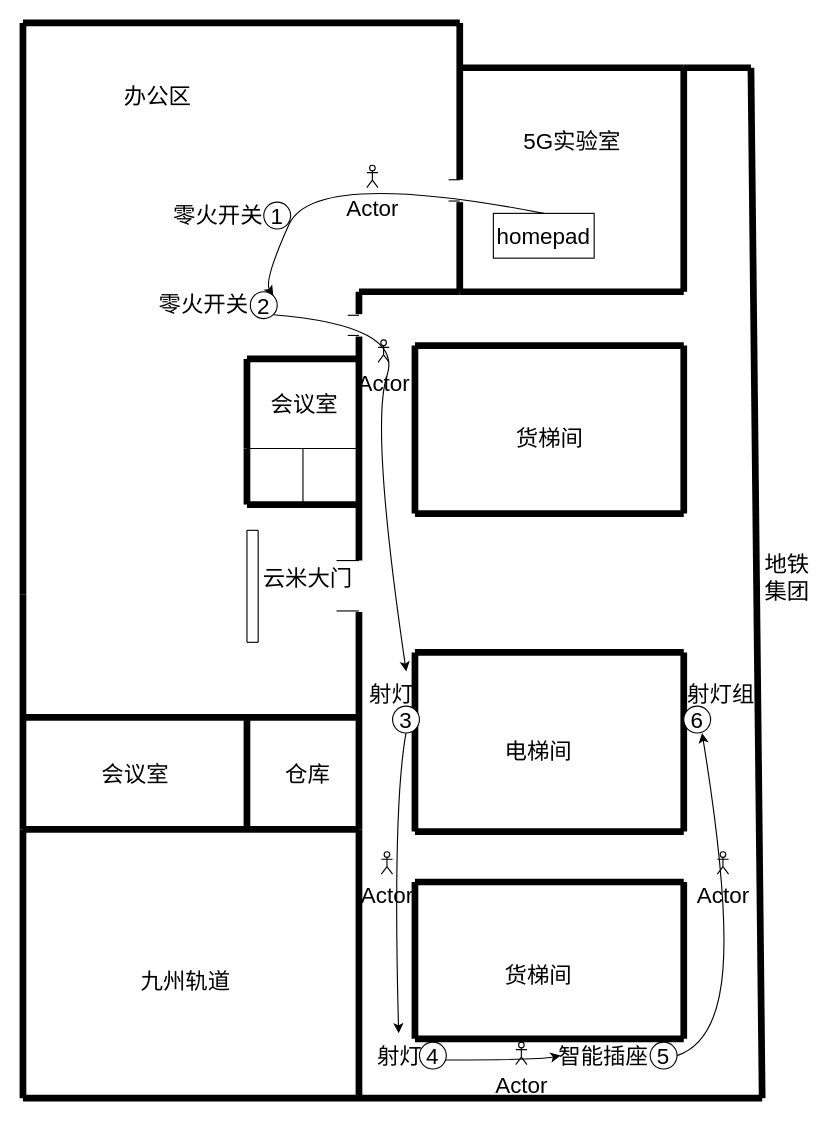
Above: page "第 10 页" (10 of 10) of Untitled Diagram.drawio in echo-Github000/Anna (draw.io), before the change. Source tidied: cells renumbered, new cells numbered last; positions are measured from the earlier drawing's top-left corner, leaving out a move shared by most shapes. Both pictures are drawn from the tidied source at 112%, with x=0, y=0 at pixel (22, 22).
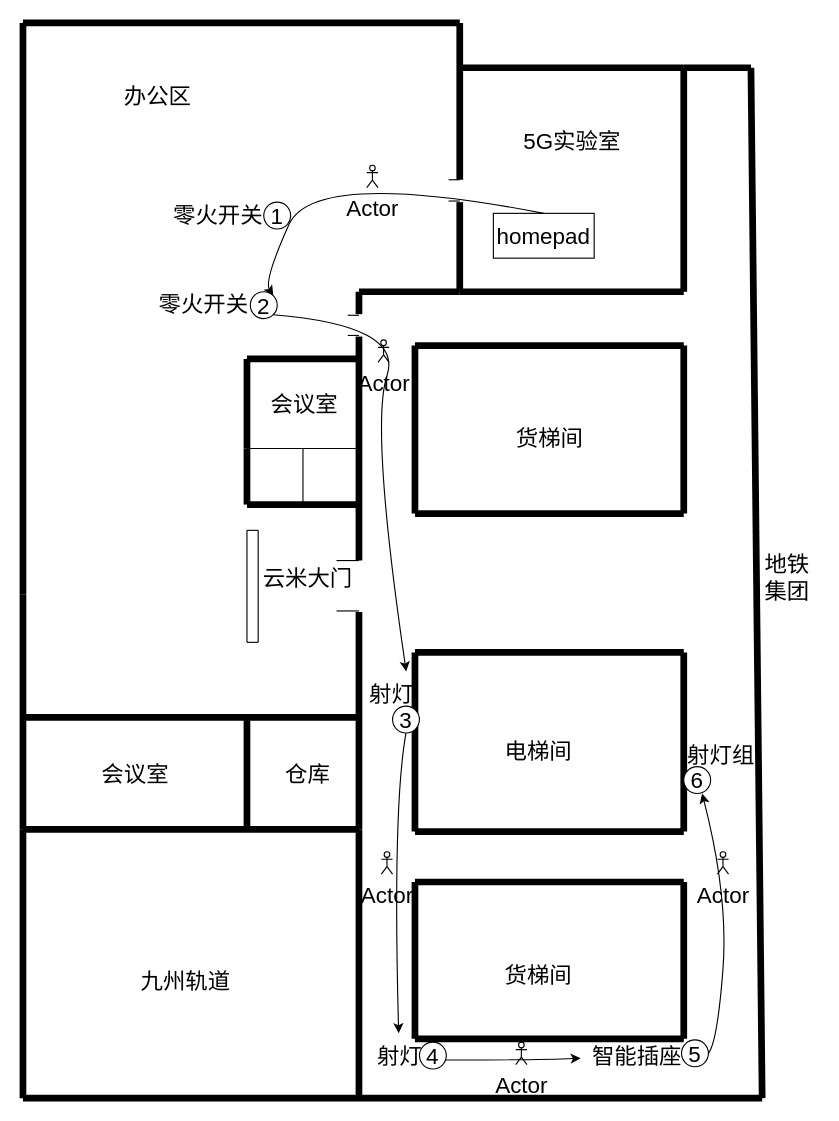
The same page after the edit.

Unchanged cells that the change refers to:
```xml
<mxCell id="58" value="4" style="ellipse;whiteSpace=wrap;html=1;fontSize=20;" parent="1" vertex="1">
  <mxGeometry x="354" y="910" width="24" height="24" as="geometry" />
</mxCell>
```

What changed in the source:
```diff
@@
     <mxCell id="59" value="5" style="ellipse;whiteSpace=wrap;html=1;fontSize=20;" parent="1" vertex="1">
-      <mxGeometry x="560" y="910" width="24" height="24" as="geometry" />
+      <mxGeometry x="588" y="908" width="24" height="24" as="geometry" />
     </mxCell>
@@
     <mxCell id="61" value="智能插座" style="text;html=1;align=center;verticalAlign=middle;points=[];strokeColor=none;fillColor=none;fontSize=20;" parent="1" vertex="1">
-      <mxGeometry x="468" y="902" width="100" height="40" as="geometry" />
+      <mxGeometry x="498" y="902" width="100" height="40" as="geometry" />
     </mxCell>
@@
     <mxCell id="79" value="6" style="ellipse;whiteSpace=wrap;html=1;fontSize=20;" parent="1" vertex="1">
-      <mxGeometry x="590" y="610" width="24" height="24" as="geometry" />
+      <mxGeometry x="590" y="664" width="24" height="24" as="geometry" />
     </mxCell>
     <mxCell id="80" value="射灯组" style="text;html=1;align=center;verticalAlign=middle;strokeColor=none;fillColor=none;fontSize=20;" parent="1" vertex="1">
-      <mxGeometry x="583" y="579" width="80" height="40" as="geometry" />
+      <mxGeometry x="583" y="633" width="80" height="40" as="geometry" />
     </mxCell>
-    <mxCell id="81" style="curved=1;endArrow=classic;html=1;rounded=0;strokeWidth=1;fontSize=20;exitX=0.97;exitY=0.663;exitDx=0;exitDy=0;exitPerimeter=0;" parent="1" edge="1" source="58">
+    <mxCell id="81" style="curved=1;endArrow=classic;html=1;rounded=0;strokeWidth=1;fontSize=20;exitX=0.97;exitY=0.663;exitDx=0;exitDy=0;exitPerimeter=0;" parent="1" edge="1" source="58" target="61">
       <mxGeometry relative="1" as="geometry">
-        <mxPoint x="480" y="922" as="targetPoint" />
         <Array as="points">
           <mxPoint x="460" y="926" />
         </Array>
       </mxGeometry>
     </mxCell>
```
